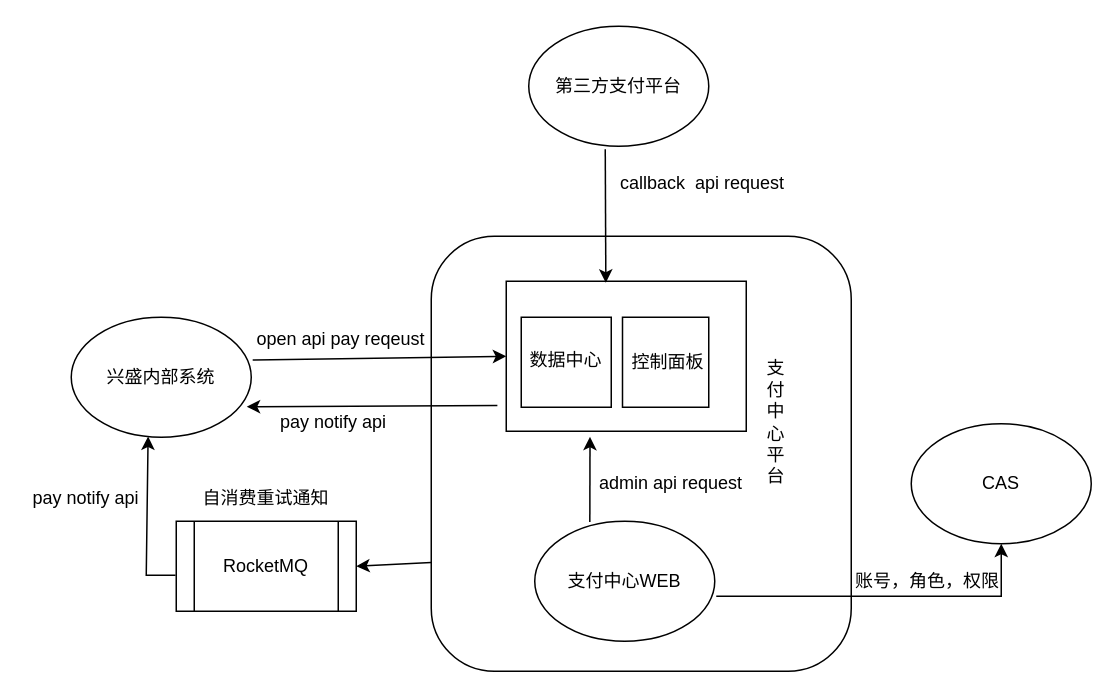
The draw.io diagram ArchitectureDiagram/支付中心架构图.drawio in liuyunlong1229/aaa, before the edit. Source tidied: cells renumbered, new cells numbered last; positions are measured from the earlier drawing's top-left corner, leaving out a move shared by most shapes. Both pictures are drawn from the tidied source at 150%, with x=0, y=0 at pixel (26, 26).
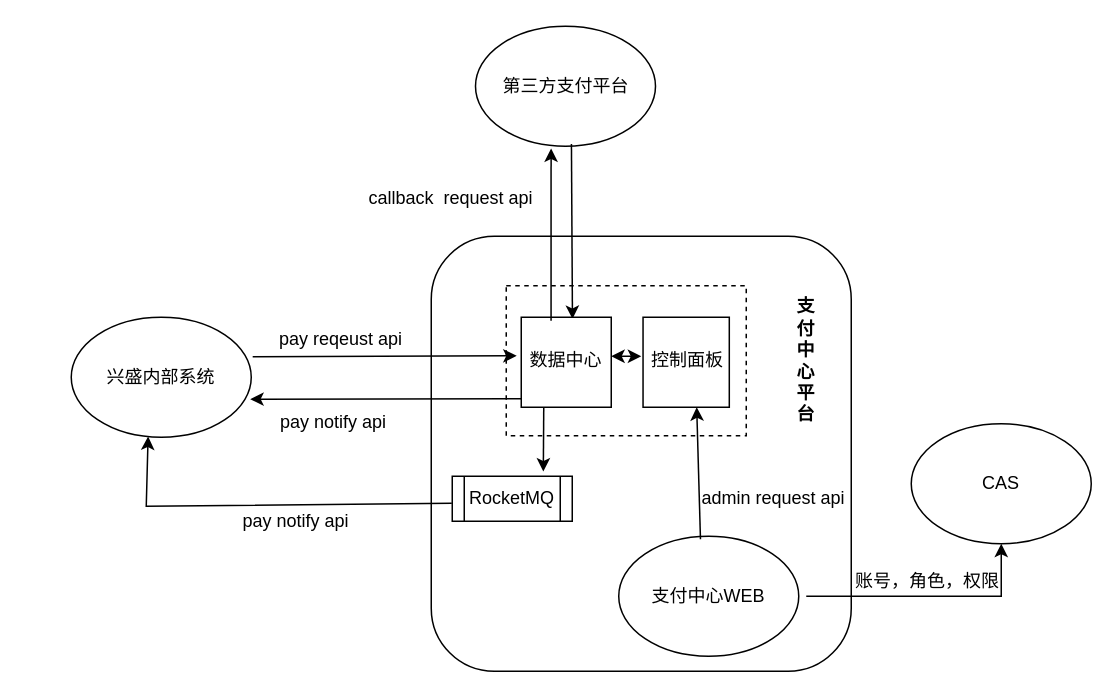
The same diagram, later.

Commit message:
更新支付中心架构图.drawio

The change refers to these unchanged cells:
```xml
<mxCell id="2" style="rounded=1;whiteSpace=wrap;html=1;" parent="1" vertex="1">
  <mxGeometry x="270" y="140" width="280" height="290" as="geometry" />
</mxCell>
<mxCell id="4" value="兴盛内部系统" style="ellipse;whiteSpace=wrap;html=1;" parent="1" vertex="1">
  <mxGeometry x="30" y="194" width="120" height="80" as="geometry" />
</mxCell>
<mxCell id="16" style="rounded=0;whiteSpace=wrap;html=1;" parent="1" vertex="1">
  <mxGeometry x="330" y="194" width="60" height="60" as="geometry" />
</mxCell>
<mxCell id="18" value="数据中心" style="text;html=1;align=center;verticalAlign=middle;whiteSpace=wrap;rounded=0;" parent="1" vertex="1">
  <mxGeometry x="329.5" y="208" width="60" height="30" as="geometry" />
</mxCell>
<mxCell id="21" value="CAS" style="ellipse;whiteSpace=wrap;html=1;" parent="1" vertex="1">
  <mxGeometry x="590" y="265" width="120" height="80" as="geometry" />
</mxCell>
```

The edit, as a diff of the source:
```diff
@@
-    <mxCell id="3" style="rounded=0;whiteSpace=wrap;html=1;" parent="1" vertex="1">
-      <mxGeometry x="320" y="170" width="160" height="100" as="geometry" />
+    <mxCell id="3" style="rounded=0;whiteSpace=wrap;html=1;dashed=1;" parent="1" vertex="1">
+      <mxGeometry x="320" y="173" width="160" height="100" as="geometry" />
     </mxCell>
@@
     <mxCell id="5" value="支付中心WEB" style="ellipse;whiteSpace=wrap;html=1;" parent="1" vertex="1">
-      <mxGeometry x="339" y="330" width="120" height="80" as="geometry" />
+      <mxGeometry x="395" y="340" width="120" height="80" as="geometry" />
     </mxCell>
     <mxCell id="6" value="第三方支付平台" style="ellipse;whiteSpace=wrap;html=1;" parent="1" vertex="1">
-      <mxGeometry x="335" width="120" height="80" as="geometry" />
+      <mxGeometry x="299.5" width="120" height="80" as="geometry" />
     </mxCell>
-    <mxCell id="7" style="endArrow=classic;html=1;rounded=0;entryX=0;entryY=0.5;entryDx=0;entryDy=0;exitX=1.008;exitY=0.357;exitDx=0;exitDy=0;exitPerimeter=0;" parent="1" edge="1" source="4" target="3">
+    <mxCell id="7" style="endArrow=classic;html=1;rounded=0;entryX=-0.042;entryY=0.39;entryDx=0;entryDy=0;exitX=0.008;exitY=0.876;exitDx=0;exitDy=0;exitPerimeter=0;entryPerimeter=0;" parent="1" edge="1" source="12" target="18">
       <mxGeometry relative="1" as="geometry" />
     </mxCell>
-    <mxCell id="8" style="endArrow=classic;html=1;rounded=0;exitX=0.425;exitY=1.025;exitDx=0;exitDy=0;exitPerimeter=0;entryX=0.415;entryY=0.01;entryDx=0;entryDy=0;entryPerimeter=0;" parent="1" edge="1" source="6" target="3">
+    <mxCell id="8" style="endArrow=classic;html=1;rounded=0;exitX=0.533;exitY=0.982;exitDx=0;exitDy=0;exitPerimeter=0;entryX=0.569;entryY=0.019;entryDx=0;entryDy=0;entryPerimeter=0;" parent="1" edge="1" source="6" target="16">
       <mxGeometry relative="1" as="geometry" />
     </mxCell>
-    <mxCell id="9" style="endArrow=classic;html=1;rounded=0;entryX=0.378;entryY=0.461;entryDx=0;entryDy=0;entryPerimeter=0;exitX=0.306;exitY=0.007;exitDx=0;exitDy=0;exitPerimeter=0;" parent="1" edge="1" source="5" target="2">
+    <mxCell id="9" style="endArrow=classic;html=1;rounded=0;entryX=0.622;entryY=1;entryDx=0;entryDy=0;entryPerimeter=0;exitX=0.454;exitY=0.025;exitDx=0;exitDy=0;exitPerimeter=0;" parent="1" edge="1" source="5" target="17">
       <mxGeometry relative="1" as="geometry" />
     </mxCell>
-    <mxCell id="10" value="支&lt;div&gt;付&lt;/div&gt;&lt;div&gt;中&lt;/div&gt;&lt;div&gt;心&lt;/div&gt;&lt;div&gt;平&lt;/div&gt;&lt;div&gt;台&lt;/div&gt;" style="text;html=1;align=center;verticalAlign=middle;whiteSpace=wrap;rounded=0;" parent="1" vertex="1">
-      <mxGeometry x="470" y="249" width="60" height="30" as="geometry" />
+    <mxCell id="10" value="&lt;b&gt;支&lt;/b&gt;&lt;div&gt;&lt;b&gt;付&lt;/b&gt;&lt;/div&gt;&lt;div&gt;&lt;b&gt;中&lt;/b&gt;&lt;/div&gt;&lt;div&gt;&lt;b&gt;心&lt;/b&gt;&lt;/div&gt;&lt;div&gt;&lt;b&gt;平&lt;/b&gt;&lt;/div&gt;&lt;div&gt;&lt;b&gt;台&lt;/b&gt;&lt;/div&gt;" style="text;html=1;align=center;verticalAlign=middle;whiteSpace=wrap;rounded=0;" parent="1" vertex="1">
+      <mxGeometry x="490" y="208" width="60" height="30" as="geometry" />
     </mxCell>
-    <mxCell id="11" style="endArrow=classic;html=1;rounded=0;exitX=-0.037;exitY=0.829;exitDx=0;exitDy=0;entryX=0.975;entryY=0.746;entryDx=0;entryDy=0;entryPerimeter=0;exitPerimeter=0;" parent="1" edge="1" source="3" target="4">
-      <mxGeometry relative="1" as="geometry" />
+    <mxCell id="11" style="endArrow=classic;html=1;rounded=0;exitX=0.007;exitY=0.905;exitDx=0;exitDy=0;entryX=0.994;entryY=0.657;entryDx=0;entryDy=0;entryPerimeter=0;exitPerimeter=0;" parent="1" edge="1" source="16">
+      <mxGeometry relative="1" as="geometry">
+        <mxPoint x="149.3" y="248.6" as="targetPoint" />
+      </mxGeometry>
     </mxCell>
-    <mxCell id="12" value="open api pay reqeust" style="text;html=1;align=center;verticalAlign=middle;whiteSpace=wrap;rounded=0;" parent="1" vertex="1">
+    <mxCell id="12" value="pay reqeust api" style="text;html=1;align=center;verticalAlign=middle;whiteSpace=wrap;rounded=0;" parent="1" vertex="1">
       <mxGeometry x="150" y="194" width="120" height="30" as="geometry" />
     </mxCell>
-    <mxCell id="13" value="admin api request" style="text;html=1;align=center;verticalAlign=middle;whiteSpace=wrap;rounded=0;" parent="1" vertex="1">
-      <mxGeometry x="360" y="290" width="140" height="30" as="geometry" />
+    <mxCell id="13" value="admin request api&amp;nbsp;" style="text;html=1;align=center;verticalAlign=middle;whiteSpace=wrap;rounded=0;" parent="1" vertex="1">
+      <mxGeometry x="430" y="300" width="140" height="30" as="geometry" />
     </mxCell>
-    <mxCell id="14" value="callback&amp;nbsp; api request" style="text;html=1;align=center;verticalAlign=middle;whiteSpace=wrap;rounded=0;" parent="1" vertex="1">
-      <mxGeometry x="366" y="90" width="170" height="30" as="geometry" />
+    <mxCell id="14" value="callback&amp;nbsp; request api&amp;nbsp;" style="text;html=1;align=center;verticalAlign=middle;whiteSpace=wrap;rounded=0;" parent="1" vertex="1">
+      <mxGeometry x="200" y="100" width="170" height="30" as="geometry" />
     </mxCell>
@@
     <mxCell id="17" style="rounded=0;whiteSpace=wrap;html=1;" parent="1" vertex="1">
-      <mxGeometry x="397.5" y="194" width="57.5" height="60" as="geometry" />
+      <mxGeometry x="411.2" y="194" width="57.5" height="60" as="geometry" />
     </mxCell>
@@
     <mxCell id="19" value="控制面板" style="text;html=1;align=center;verticalAlign=middle;whiteSpace=wrap;rounded=0;" parent="1" vertex="1">
-      <mxGeometry x="397.5" y="209" width="60" height="30" as="geometry" />
+      <mxGeometry x="411.2" y="208" width="60" height="30" as="geometry" />
     </mxCell>
     <mxCell id="20" value="RocketMQ" style="shape=process;whiteSpace=wrap;html=1;backgroundOutline=1;" parent="1" vertex="1">
-      <mxGeometry x="100" y="330" width="120" height="60" as="geometry" />
+      <mxGeometry x="284" y="300" width="80" height="30" as="geometry" />
     </mxCell>
@@
     <mxCell id="22" style="endArrow=classic;html=1;rounded=0;entryX=0.5;entryY=1;entryDx=0;entryDy=0;" parent="1" edge="1" target="21">
       <mxGeometry relative="1" as="geometry">
-        <mxPoint x="460" y="380" as="sourcePoint" />
+        <mxPoint x="520" y="380" as="sourcePoint" />
         <Array as="points">
           <mxPoint x="650" y="380" />
         </Array>
       </mxGeometry>
     </mxCell>
@@
-    <mxCell id="24" style="endArrow=classic;html=1;rounded=0;entryX=1;entryY=0.5;entryDx=0;entryDy=0;exitX=0;exitY=0.75;exitDx=0;exitDy=0;" parent="1" edge="1" source="2" target="20">
-      <mxGeometry relative="1" as="geometry" />
-    </mxCell>
     <mxCell id="25" style="endArrow=classic;html=1;rounded=0;exitX=-0.004;exitY=0.6;exitDx=0;exitDy=0;exitPerimeter=0;entryX=0.427;entryY=0.993;entryDx=0;entryDy=0;entryPerimeter=0;" parent="1" edge="1" source="20" target="4">
       <mxGeometry relative="1" as="geometry">
         <Array as="points">
-          <mxPoint x="80" y="366" />
+          <mxPoint x="80" y="320" />
         </Array>
       </mxGeometry>
     </mxCell>
     <mxCell id="26" value="pay notify api" style="text;html=1;align=center;verticalAlign=middle;whiteSpace=wrap;rounded=0;" parent="1" vertex="1">
-      <mxGeometry y="300" width="80" height="30" as="geometry" />
+      <mxGeometry x="140" y="315" width="80" height="30" as="geometry" />
     </mxCell>
-    <mxCell id="27" value="自消费重试通知" style="text;html=1;align=center;verticalAlign=middle;whiteSpace=wrap;rounded=0;" parent="1" vertex="1">
-      <mxGeometry x="110" y="300" width="100" height="30" as="geometry" />
-    </mxCell>
+    <mxCell id="28" style="endArrow=classic;html=1;rounded=0;exitX=0.25;exitY=1;exitDx=0;exitDy=0;entryX=0.759;entryY=-0.105;entryDx=0;entryDy=0;entryPerimeter=0;" parent="1" edge="1" source="16" target="20">
+      <mxGeometry relative="1" as="geometry" />
+    </mxCell>
+    <mxCell id="29" style="endArrow=classic;startArrow=classic;html=1;rounded=0;" parent="1" edge="1">
+      <mxGeometry relative="1" as="geometry">
+        <mxPoint x="390" y="220" as="sourcePoint" />
+        <mxPoint x="410" y="220" as="targetPoint" />
+      </mxGeometry>
+    </mxCell>
+    <mxCell id="30" style="endArrow=classic;html=1;rounded=0;exitX=0.331;exitY=0.038;exitDx=0;exitDy=0;exitPerimeter=0;entryX=0.42;entryY=1.018;entryDx=0;entryDy=0;entryPerimeter=0;" parent="1" edge="1" source="16" target="6">
+      <mxGeometry relative="1" as="geometry" />
+    </mxCell>
```
